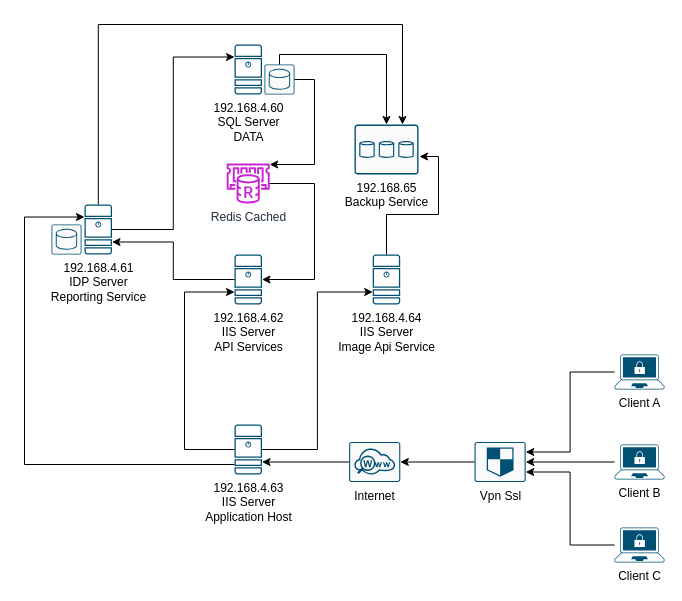
Earlier version of the draw.io diagram Untitled Diagram.drawio (osvcarign/charts). Source tidied: cells renumbered, new cells numbered last; positions are measured from the earlier drawing's top-left corner, leaving out a move shared by most shapes. Both pictures are drawn from the tidied source at 100%, with x=0, y=0 at pixel (24, 24).
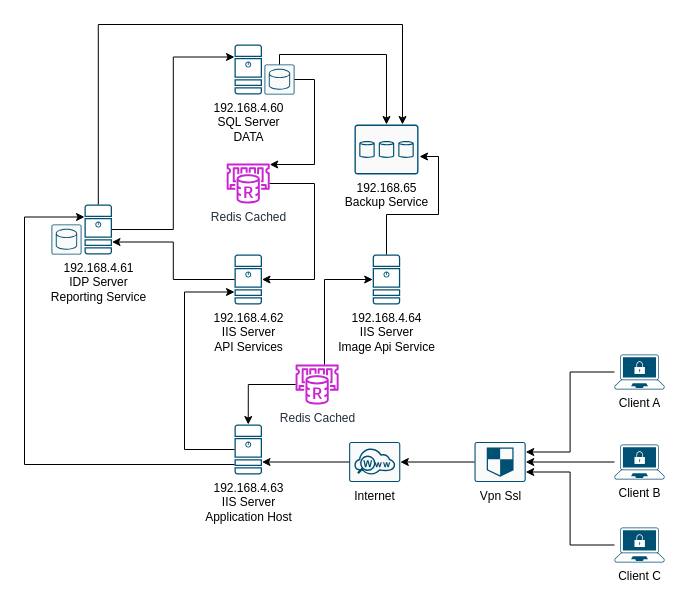
The same page after the edit.

Commit message:
Redis Cached Images

Unchanged cells that the change refers to:
```xml
<mxCell id="11" value="192.168.4.63&lt;br&gt;&lt;div&gt;IIS Server&lt;br&gt;&lt;/div&gt;&lt;div&gt;Application Host&lt;/div&gt;" style="sketch=0;points=[[0.015,0.015,0],[0.985,0.015,0],[0.985,0.985,0],[0.015,0.985,0],[0.25,0,0],[0.5,0,0],[0.75,0,0],[1,0.25,0],[1,0.5,0],[1,0.75,0],[0.75,1,0],[0.5,1,0],[0.25,1,0],[0,0.75,0],[0,0.5,0],[0,0.25,0]];verticalLabelPosition=bottom;html=1;verticalAlign=top;align=center;shape=mxgraph.cisco19.server;fillColor=#005073;strokeColor=none;" parent="1" vertex="1">
  <mxGeometry x="210" y="400" width="27.5" height="50" as="geometry" />
</mxCell>
<mxCell id="22" value="192.168.4.64&lt;br&gt;&lt;div&gt;IIS Server&lt;br&gt;&lt;/div&gt;&lt;div&gt;Image Api Service&lt;br&gt;&lt;/div&gt;" style="sketch=0;points=[[0.015,0.015,0],[0.985,0.015,0],[0.985,0.985,0],[0.015,0.985,0],[0.25,0,0],[0.5,0,0],[0.75,0,0],[1,0.25,0],[1,0.5,0],[1,0.75,0],[0.75,1,0],[0.5,1,0],[0.25,1,0],[0,0.75,0],[0,0.5,0],[0,0.25,0]];verticalLabelPosition=bottom;html=1;verticalAlign=top;align=center;shape=mxgraph.cisco19.server;fillColor=#005073;strokeColor=none;" parent="1" vertex="1">
  <mxGeometry x="348.2" y="230" width="27.5" height="50" as="geometry" />
</mxCell>
```

The edit, as a diff of the source:
```diff
@@
-    <mxCell id="23" style="edgeStyle=orthogonalEdgeStyle;rounded=0;jettySize=auto;html=1;entryX=0;entryY=0.75;entryDx=0;entryDy=0;entryPerimeter=0;" parent="1" edge="1" source="11" target="22">
-      <mxGeometry relative="1" as="geometry" />
-    </mxCell>
@@
+    <mxCell id="33" value="Redis Cached" style="sketch=0;outlineConnect=0;fontColor=#232F3E;gradientColor=none;fillColor=#C925D1;strokeColor=none;dashed=0;verticalLabelPosition=bottom;verticalAlign=top;align=center;html=1;fontSize=12;fontStyle=0;shape=mxgraph.aws4.elasticache_for_redis;" parent="1" vertex="1">
+      <mxGeometry x="270" y="340" width="45.2" height="40" as="geometry" />
+    </mxCell>
+    <mxCell id="34" style="edgeStyle=orthogonalEdgeStyle;rounded=0;jettySize=auto;html=1;entryX=0;entryY=0.5;entryDx=0;entryDy=0;entryPerimeter=0;" parent="1" edge="1" source="33" target="22">
+      <mxGeometry relative="1" as="geometry">
+        <Array as="points">
+          <mxPoint x="300" y="255" />
+        </Array>
+      </mxGeometry>
+    </mxCell>
+    <mxCell id="35" style="edgeStyle=orthogonalEdgeStyle;rounded=0;jettySize=auto;html=1;entryX=0.5;entryY=0;entryDx=0;entryDy=0;entryPerimeter=0;" parent="1" edge="1" source="33" target="11">
+      <mxGeometry relative="1" as="geometry" />
+    </mxCell>
```
